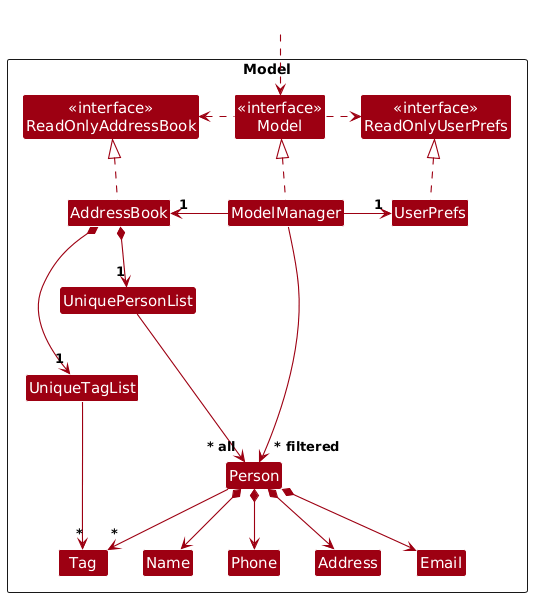
The PlantUML diagram docs/images/ModelClassDiagram.png in therealniru/tp, before a commit.
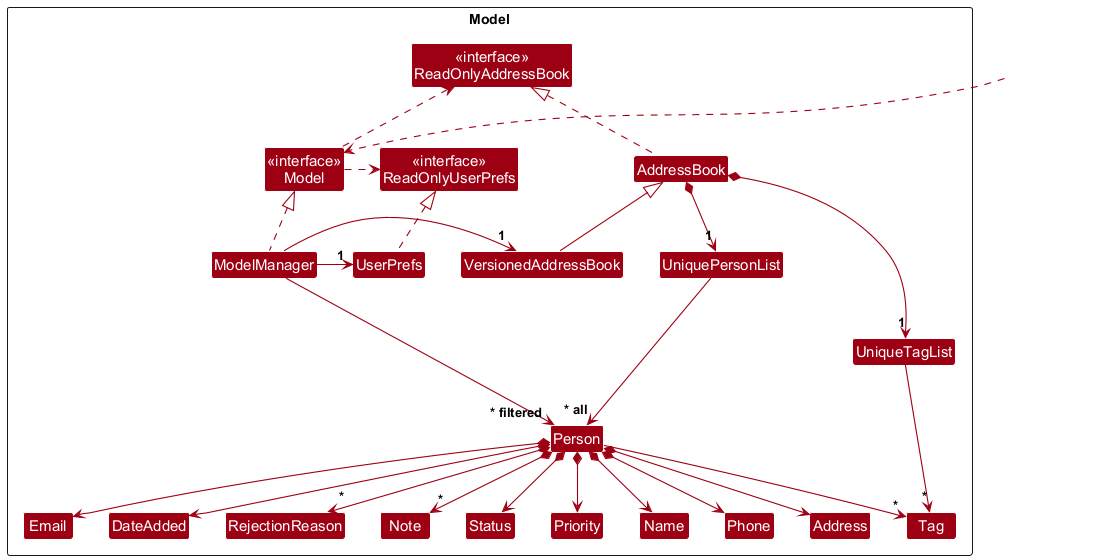
After the commit.

Commit message:
docs: update UML diagrams for Undo sequence and Model classes

The edit, as a diff of the source:
```diff
@@ -1,78 +1,5 @@
 @startuml
-
-
-
-!define UI_COLOR #1D8900
-!define UI_COLOR_T1 #83E769
-!define UI_COLOR_T2 #3FC71B
-!define UI_COLOR_T3 #166800
-!define UI_COLOR_T4 #0E4100
-
-!define LOGIC_COLOR #3333C4
-!define LOGIC_COLOR_T1 #C8C8FA
-!define LOGIC_COLOR_T2 #6A6ADC
-!define LOGIC_COLOR_T3 #1616B0
-!define LOGIC_COLOR_T4 #101086
-
-!define MODEL_COLOR #9D0012
-!define MODEL_COLOR_T1 #F97181
-!define MODEL_COLOR_T2 #E41F36
-!define MODEL_COLOR_T3 #7B000E
-!define MODEL_COLOR_T4 #51000A
-
-!define STORAGE_COLOR #A38300
-!define STORAGE_COLOR_T1 #FFE374
-!define STORAGE_COLOR_T2 #EDC520
-!define STORAGE_COLOR_T3 #806600
-!define STORAGE_COLOR_T2 #544400
-
-!define USER_COLOR #000000
-
-skinparam Package {
-    BackgroundColor #FFFFFF
-    BorderThickness 1
-    FontSize 16
-}
-
-skinparam Class {
-    FontColor #FFFFFF
-    FontSize 15
-    BorderThickness 1
-    BorderColor #FFFFFF
-    StereotypeFontColor #FFFFFF
-    FontName Arial
-}
-
-skinparam Actor {
-    BorderColor USER_COLOR
-    Color USER_COLOR
-    FontName Arial
-}
-
-skinparam Sequence {
-    MessageAlign center
-    BoxFontSize 15
-    BoxPadding 0
-    BoxFontColor #FFFFFF
-    FontName Arial
-}
-
-skinparam Participant {
-    FontColor #FFFFFFF
-    Padding 20
-}
-
-skinparam ArrowFontStyle bold
-skinparam MinClassWidth 50
-skinparam ParticipantPadding 10
-skinparam Shadowing false
-skinparam DefaultTextAlignment center
-skinparam packageStyle Rectangle
-
-hide footbox
-hide members
-hide circle
-
+!include style.puml
 skinparam arrowThickness 1.1
 skinparam arrowColor MODEL_COLOR
 skinparam classBackgroundColor MODEL_COLOR
@@ -82,6 +9,7 @@
 Class "<<interface>>\nReadOnlyUserPrefs" as ReadOnlyUserPrefs
 Class "<<interface>>\nModel" as Model
 Class AddressBook
+Class VersionedAddressBook
 Class ModelManager
 Class UserPrefs
 
@@ -93,6 +21,11 @@
 Class Name
 Class Phone
 Class Tag
+Class Status
+Class Priority
+Class DateAdded
+Class RejectionReason
+Class Note
 
 Class I #FFFFFF
 }
@@ -105,7 +38,8 @@
 ModelManager .up.|> Model
 Model .right.> ReadOnlyUserPrefs
 Model .left.> ReadOnlyAddressBook
-ModelManager -left-> "1" AddressBook
+ModelManager -left-> "1" VersionedAddressBook
+VersionedAddressBook -up-|> AddressBook
 ModelManager -right-> "1" UserPrefs
 UserPrefs .up.|> ReadOnlyUserPrefs
 
@@ -117,7 +51,12 @@
 Person *--> Phone
 Person *--> Email
 Person *--> Address
+Person *--> Status
+Person *--> Priority
+Person *--> DateAdded
 Person --> "*" Tag
+Person *--> "*" RejectionReason
+Person *--> "*" Note
 
 Person -[hidden]up--> I
 UniquePersonList -[hidden]right-> I
@@ -125,6 +64,8 @@
 Name -[hidden]right-> Phone
 Phone -[hidden]right-> Address
 Address -[hidden]right-> Email
+Email -[hidden]right-> Status
+Status -[hidden]right-> Priority
 
 ModelManager --> "~* filtered" Person
 @enduml
```
